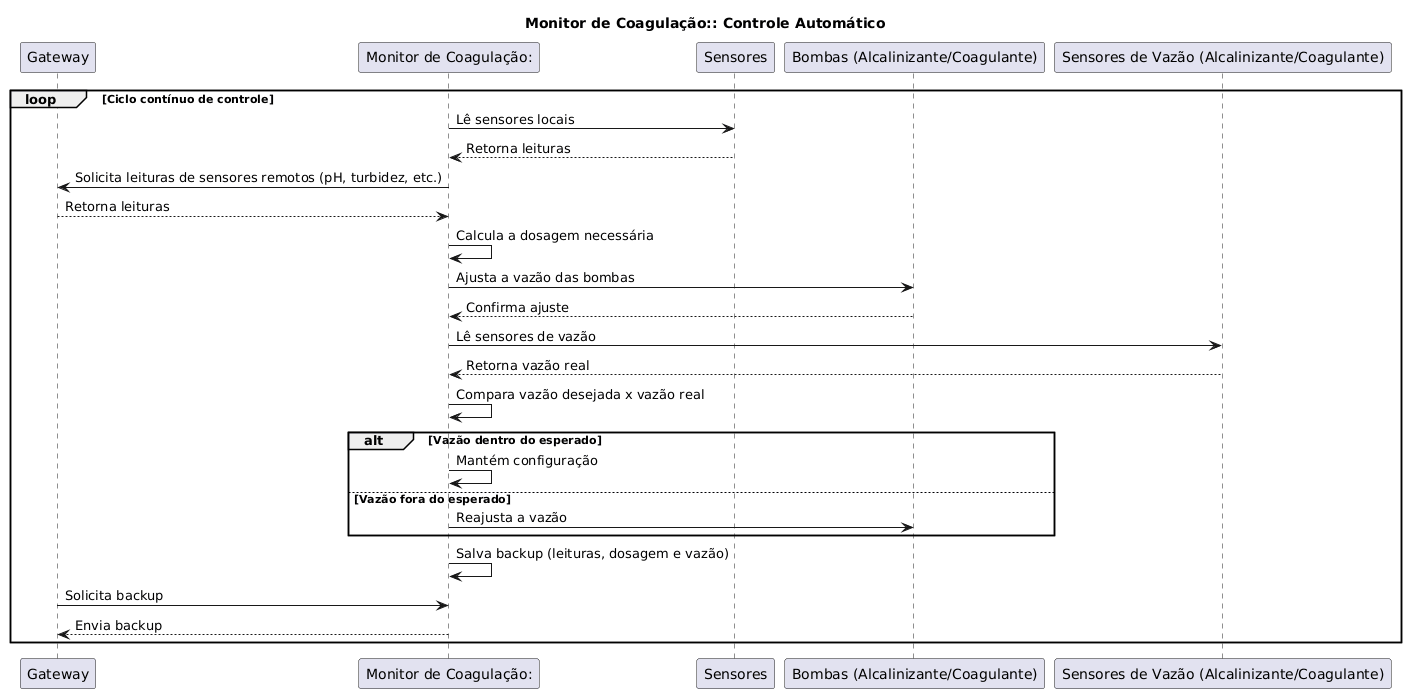
Monique-HidroSolo/plantuml keeps this PlantUML diagram as Documentação Monitor/Controle Automático.png. Above is the earlier version.
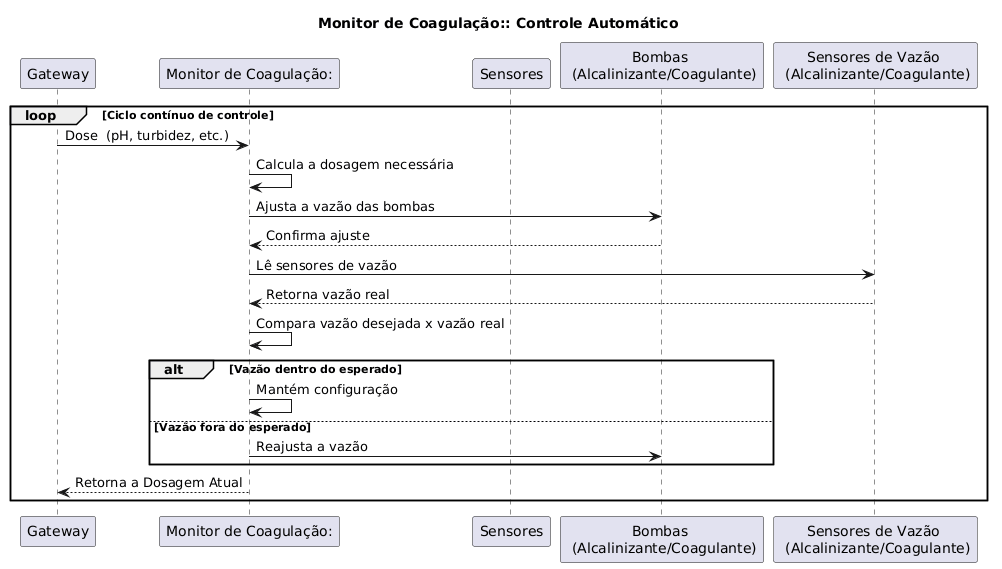
After the commit.

What changed in the source:
```diff
@@ -4,15 +4,13 @@
 participant Gateway as GW
 participant "Monitor de Coagulação:" as MC
 participant Sensores as S
-participant "Bombas (Alcalinizante/Coagulante)" as B
-participant "Sensores de Vazão (Alcalinizante/Coagulante)" as V
+participant "Bombas \n (Alcalinizante/Coagulante)" as B
+participant "Sensores de Vazão \n (Alcalinizante/Coagulante)" as V
 
 loop Ciclo contínuo de controle
-    MC -> S: Lê sensores locais
-    S --> MC: Retorna leituras
 
-    MC -> GW: Solicita leituras de sensores remotos (pH, turbidez, etc.)
-    GW --> MC: Retorna leituras
+    GW -> MC: Dose  (pH, turbidez, etc.)
+
 
     MC -> MC: Calcula a dosagem necessária
 
@@ -30,9 +28,6 @@
         MC -> B: Reajusta a vazão
     end
 
-    MC -> MC: Salva backup (leituras, dosagem e vazão)
-
-    GW -> MC: Solicita backup
-    MC --> GW: Envia backup
+    MC --> GW: Retorna a Dosagem Atual
 end
 @enduml
```
